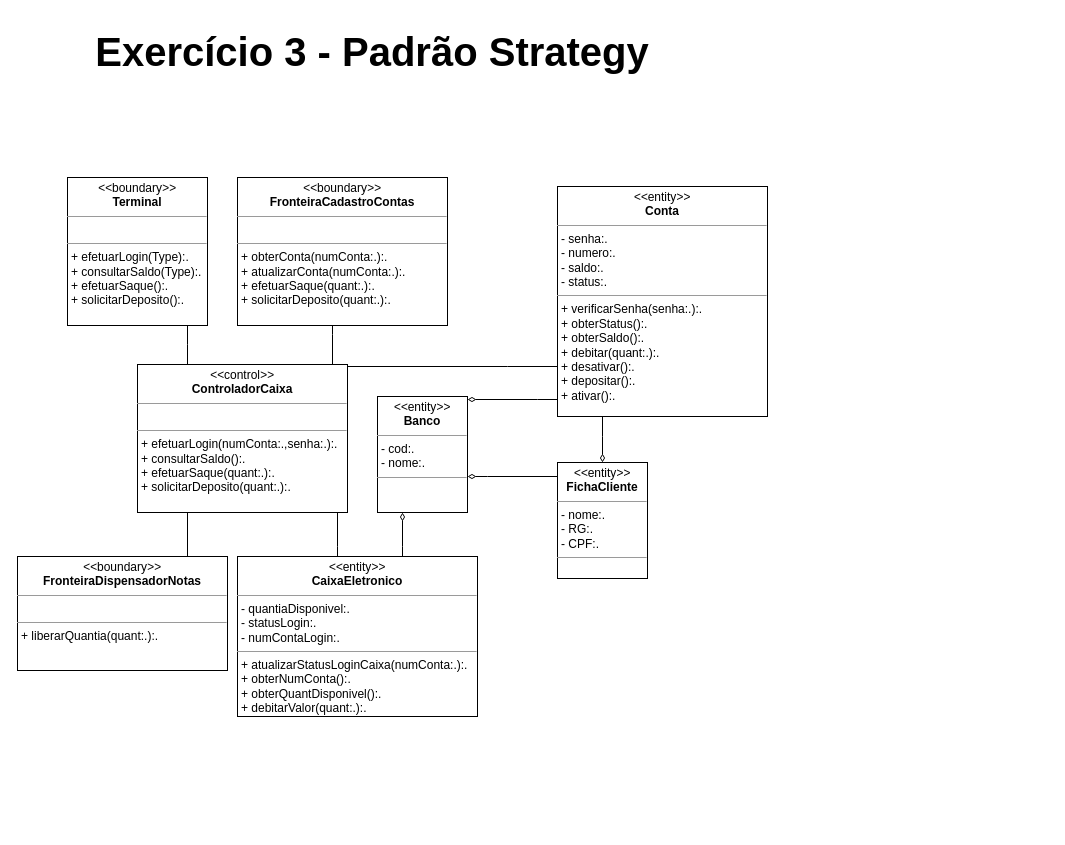
JorgeEduardoFOS/lista2MC426 keeps this draw.io diagram as ATM_Strategy.drawio. Above is the earlier version. Source tidied: cells renumbered, new cells numbered last; positions are measured from the earlier drawing's top-left corner, leaving out a move shared by most shapes. Both pictures are drawn from the tidied source at 100%, with x=0, y=0 at pixel (17, 17).
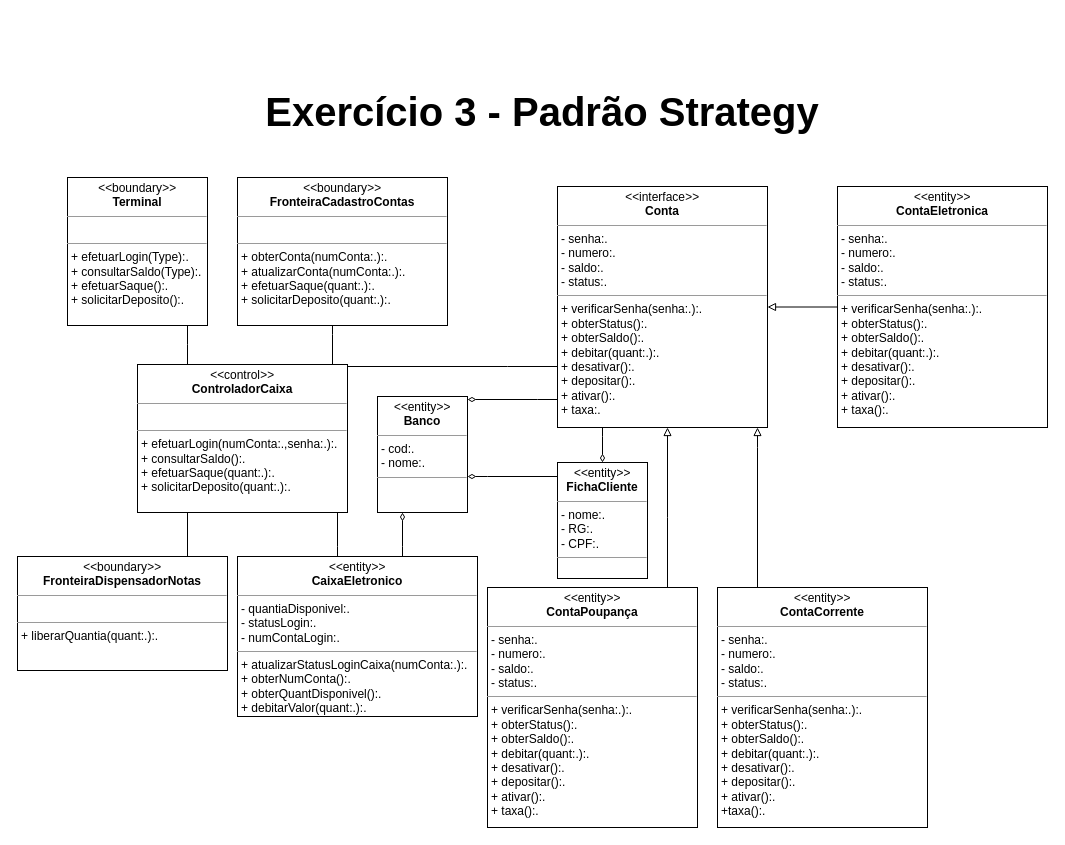
Above is the later version.

Diff of the diagram source:
```diff
@@
+    <mxCell id="20" style="edgeStyle=orthogonalEdgeStyle;rounded=0;jettySize=auto;html=1;startArrow=block;startFill=0;endArrow=none;endFill=0;" parent="1" edge="1" source="16" target="23">
+      <mxGeometry relative="1" as="geometry">
+        <Array as="points">
+          <mxPoint x="740" y="430" />
+          <mxPoint x="740" y="430" />
+        </Array>
+      </mxGeometry>
+    </mxCell>
+    <mxCell id="21" style="edgeStyle=orthogonalEdgeStyle;rounded=0;jettySize=auto;html=1;startArrow=block;startFill=0;endArrow=none;endFill=0;" parent="1" edge="1" source="16" target="24">
+      <mxGeometry relative="1" as="geometry">
+        <Array as="points">
+          <mxPoint x="650" y="500" />
+          <mxPoint x="650" y="500" />
+        </Array>
+      </mxGeometry>
+    </mxCell>
+    <mxCell id="22" style="edgeStyle=orthogonalEdgeStyle;rounded=0;jettySize=auto;html=1;startArrow=block;startFill=0;endArrow=none;endFill=0;" parent="1" edge="1" source="16" target="25">
+      <mxGeometry relative="1" as="geometry">
+        <Array as="points">
+          <mxPoint x="850" y="284" />
+          <mxPoint x="850" y="284" />
+        </Array>
+      </mxGeometry>
+    </mxCell>
-    <mxCell id="16" value="&lt;p style=&quot;margin:0px;margin-top:4px;text-align:center;&quot;&gt;&lt;i&gt;&amp;lt;&amp;lt;&lt;/i&gt;entity&lt;i&gt;&amp;gt;&amp;gt;&lt;/i&gt;&lt;br&gt;&lt;b&gt;Conta&lt;/b&gt;&lt;/p&gt;&lt;hr size=&quot;1&quot;&gt;&lt;p style=&quot;margin:0px;margin-left:4px;&quot;&gt;- senha:.&lt;/p&gt;&lt;p style=&quot;margin:0px;margin-left:4px;&quot;&gt;- numero:.&lt;/p&gt;&lt;p style=&quot;margin:0px;margin-left:4px;&quot;&gt;- saldo:.&lt;/p&gt;&lt;p style=&quot;margin:0px;margin-left:4px;&quot;&gt;- status:.&lt;/p&gt;&lt;hr size=&quot;1&quot;&gt;&lt;p style=&quot;margin:0px;margin-left:4px;&quot;&gt;+ verificarSenha(senha:.):.&lt;br&gt;+ obterStatus():.&lt;/p&gt;&lt;p style=&quot;margin:0px;margin-left:4px;&quot;&gt;+ obterSaldo():.&lt;/p&gt;&lt;p style=&quot;margin:0px;margin-left:4px;&quot;&gt;+ debitar(quant:.):.&lt;/p&gt;&lt;p style=&quot;margin:0px;margin-left:4px;&quot;&gt;+ desativar():.&lt;/p&gt;&lt;p style=&quot;margin:0px;margin-left:4px;&quot;&gt;+ depositar():.&lt;/p&gt;&lt;p style=&quot;margin:0px;margin-left:4px;&quot;&gt;+ ativar():.&lt;/p&gt;" style="verticalAlign=top;align=left;overflow=fill;fontSize=12;fontFamily=Helvetica;html=1;" parent="1" vertex="1">
-      <mxGeometry x="540" y="169" width="210" height="230" as="geometry" />
+    <mxCell id="16" value="&lt;p style=&quot;margin:0px;margin-top:4px;text-align:center;&quot;&gt;&lt;i&gt;&amp;lt;&amp;lt;&lt;/i&gt;interface&lt;i&gt;&amp;gt;&amp;gt;&lt;/i&gt;&lt;br&gt;&lt;b&gt;Conta&lt;/b&gt;&lt;/p&gt;&lt;hr size=&quot;1&quot;&gt;&lt;p style=&quot;margin:0px;margin-left:4px;&quot;&gt;- senha:.&lt;/p&gt;&lt;p style=&quot;margin:0px;margin-left:4px;&quot;&gt;- numero:.&lt;/p&gt;&lt;p style=&quot;margin:0px;margin-left:4px;&quot;&gt;- saldo:.&lt;/p&gt;&lt;p style=&quot;margin:0px;margin-left:4px;&quot;&gt;- status:.&lt;/p&gt;&lt;hr size=&quot;1&quot;&gt;&lt;p style=&quot;margin:0px;margin-left:4px;&quot;&gt;+ verificarSenha(senha:.):.&lt;br&gt;+ obterStatus():.&lt;/p&gt;&lt;p style=&quot;margin:0px;margin-left:4px;&quot;&gt;+ obterSaldo():.&lt;/p&gt;&lt;p style=&quot;margin:0px;margin-left:4px;&quot;&gt;+ debitar(quant:.):.&lt;/p&gt;&lt;p style=&quot;margin:0px;margin-left:4px;&quot;&gt;+ desativar():.&lt;/p&gt;&lt;p style=&quot;margin:0px;margin-left:4px;&quot;&gt;+ depositar():.&lt;/p&gt;&lt;p style=&quot;margin:0px;margin-left:4px;&quot;&gt;+ ativar():.&lt;/p&gt;&lt;p style=&quot;margin:0px;margin-left:4px;&quot;&gt;+ taxa:.&lt;/p&gt;" style="verticalAlign=top;align=left;overflow=fill;fontSize=12;fontFamily=Helvetica;html=1;" parent="1" vertex="1">
+      <mxGeometry x="540" y="169" width="210" height="241" as="geometry" />
     </mxCell>
@@
     <mxCell id="19" value="Exercício 3 - Padrão Strategy" style="text;align=center;fontStyle=1;verticalAlign=middle;spacingLeft=3;spacingRight=3;strokeColor=none;fontSize=40;labelBorderColor=none;fillColor=none;strokeWidth=0;" parent="1" vertex="1">
-      <mxGeometry x="70" width="570" height="60" as="geometry" />
+      <mxGeometry x="240" y="60" width="570" height="60" as="geometry" />
     </mxCell>
+    <mxCell id="23" value="&lt;p style=&quot;margin:0px;margin-top:4px;text-align:center;&quot;&gt;&lt;i&gt;&amp;lt;&amp;lt;&lt;/i&gt;entity&lt;i&gt;&amp;gt;&amp;gt;&lt;/i&gt;&lt;br&gt;&lt;b&gt;ContaCorrente&lt;/b&gt;&lt;/p&gt;&lt;hr size=&quot;1&quot;&gt;&lt;p style=&quot;margin:0px;margin-left:4px;&quot;&gt;- senha:.&lt;/p&gt;&lt;p style=&quot;margin:0px;margin-left:4px;&quot;&gt;- numero:.&lt;/p&gt;&lt;p style=&quot;margin:0px;margin-left:4px;&quot;&gt;- saldo:.&lt;/p&gt;&lt;p style=&quot;margin:0px;margin-left:4px;&quot;&gt;- status:.&lt;/p&gt;&lt;hr size=&quot;1&quot;&gt;&lt;p style=&quot;margin:0px;margin-left:4px;&quot;&gt;+ verificarSenha(senha:.):.&lt;br&gt;+ obterStatus():.&lt;/p&gt;&lt;p style=&quot;margin:0px;margin-left:4px;&quot;&gt;+ obterSaldo():.&lt;/p&gt;&lt;p style=&quot;margin:0px;margin-left:4px;&quot;&gt;+ debitar(quant:.):.&lt;/p&gt;&lt;p style=&quot;margin:0px;margin-left:4px;&quot;&gt;+ desativar():.&lt;/p&gt;&lt;p style=&quot;margin:0px;margin-left:4px;&quot;&gt;+ depositar():.&lt;/p&gt;&lt;p style=&quot;margin:0px;margin-left:4px;&quot;&gt;+ ativar():.&lt;/p&gt;&lt;p style=&quot;margin:0px;margin-left:4px;&quot;&gt;+taxa():.&lt;/p&gt;" style="verticalAlign=top;align=left;overflow=fill;fontSize=12;fontFamily=Helvetica;html=1;" parent="1" vertex="1">
+      <mxGeometry x="700" y="570" width="210" height="240" as="geometry" />
+    </mxCell>
+    <mxCell id="24" value="&lt;p style=&quot;margin:0px;margin-top:4px;text-align:center;&quot;&gt;&lt;i&gt;&amp;lt;&amp;lt;&lt;/i&gt;entity&lt;i&gt;&amp;gt;&amp;gt;&lt;/i&gt;&lt;br&gt;&lt;b&gt;ContaPoupança&lt;/b&gt;&lt;/p&gt;&lt;hr size=&quot;1&quot;&gt;&lt;p style=&quot;margin:0px;margin-left:4px;&quot;&gt;- senha:.&lt;/p&gt;&lt;p style=&quot;margin:0px;margin-left:4px;&quot;&gt;- numero:.&lt;/p&gt;&lt;p style=&quot;margin:0px;margin-left:4px;&quot;&gt;- saldo:.&lt;/p&gt;&lt;p style=&quot;margin:0px;margin-left:4px;&quot;&gt;- status:.&lt;/p&gt;&lt;hr size=&quot;1&quot;&gt;&lt;p style=&quot;margin:0px;margin-left:4px;&quot;&gt;+ verificarSenha(senha:.):.&lt;br&gt;+ obterStatus():.&lt;/p&gt;&lt;p style=&quot;margin:0px;margin-left:4px;&quot;&gt;+ obterSaldo():.&lt;/p&gt;&lt;p style=&quot;margin:0px;margin-left:4px;&quot;&gt;+ debitar(quant:.):.&lt;/p&gt;&lt;p style=&quot;margin:0px;margin-left:4px;&quot;&gt;+ desativar():.&lt;/p&gt;&lt;p style=&quot;margin:0px;margin-left:4px;&quot;&gt;+ depositar():.&lt;/p&gt;&lt;p style=&quot;margin:0px;margin-left:4px;&quot;&gt;+ ativar():.&lt;/p&gt;&lt;p style=&quot;margin:0px;margin-left:4px;&quot;&gt;+ taxa():.&lt;/p&gt;" style="verticalAlign=top;align=left;overflow=fill;fontSize=12;fontFamily=Helvetica;html=1;" parent="1" vertex="1">
+      <mxGeometry x="470" y="570" width="210" height="240" as="geometry" />
+    </mxCell>
+    <mxCell id="25" value="&lt;p style=&quot;margin:0px;margin-top:4px;text-align:center;&quot;&gt;&lt;i&gt;&amp;lt;&amp;lt;&lt;/i&gt;entity&lt;i&gt;&amp;gt;&amp;gt;&lt;/i&gt;&lt;br&gt;&lt;b&gt;ContaEletronica&lt;/b&gt;&lt;/p&gt;&lt;hr size=&quot;1&quot;&gt;&lt;p style=&quot;margin:0px;margin-left:4px;&quot;&gt;- senha:.&lt;/p&gt;&lt;p style=&quot;margin:0px;margin-left:4px;&quot;&gt;- numero:.&lt;/p&gt;&lt;p style=&quot;margin:0px;margin-left:4px;&quot;&gt;- saldo:.&lt;/p&gt;&lt;p style=&quot;margin:0px;margin-left:4px;&quot;&gt;- status:.&lt;/p&gt;&lt;hr size=&quot;1&quot;&gt;&lt;p style=&quot;margin:0px;margin-left:4px;&quot;&gt;+ verificarSenha(senha:.):.&lt;br&gt;+ obterStatus():.&lt;/p&gt;&lt;p style=&quot;margin:0px;margin-left:4px;&quot;&gt;+ obterSaldo():.&lt;/p&gt;&lt;p style=&quot;margin:0px;margin-left:4px;&quot;&gt;+ debitar(quant:.):.&lt;/p&gt;&lt;p style=&quot;margin:0px;margin-left:4px;&quot;&gt;+ desativar():.&lt;/p&gt;&lt;p style=&quot;margin:0px;margin-left:4px;&quot;&gt;+ depositar():.&lt;/p&gt;&lt;p style=&quot;margin:0px;margin-left:4px;&quot;&gt;+ ativar():.&lt;/p&gt;&lt;p style=&quot;margin:0px;margin-left:4px;&quot;&gt;+ taxa():.&lt;/p&gt;" style="verticalAlign=top;align=left;overflow=fill;fontSize=12;fontFamily=Helvetica;html=1;" parent="1" vertex="1">
+      <mxGeometry x="820" y="169" width="210" height="241" as="geometry" />
+    </mxCell>
```
